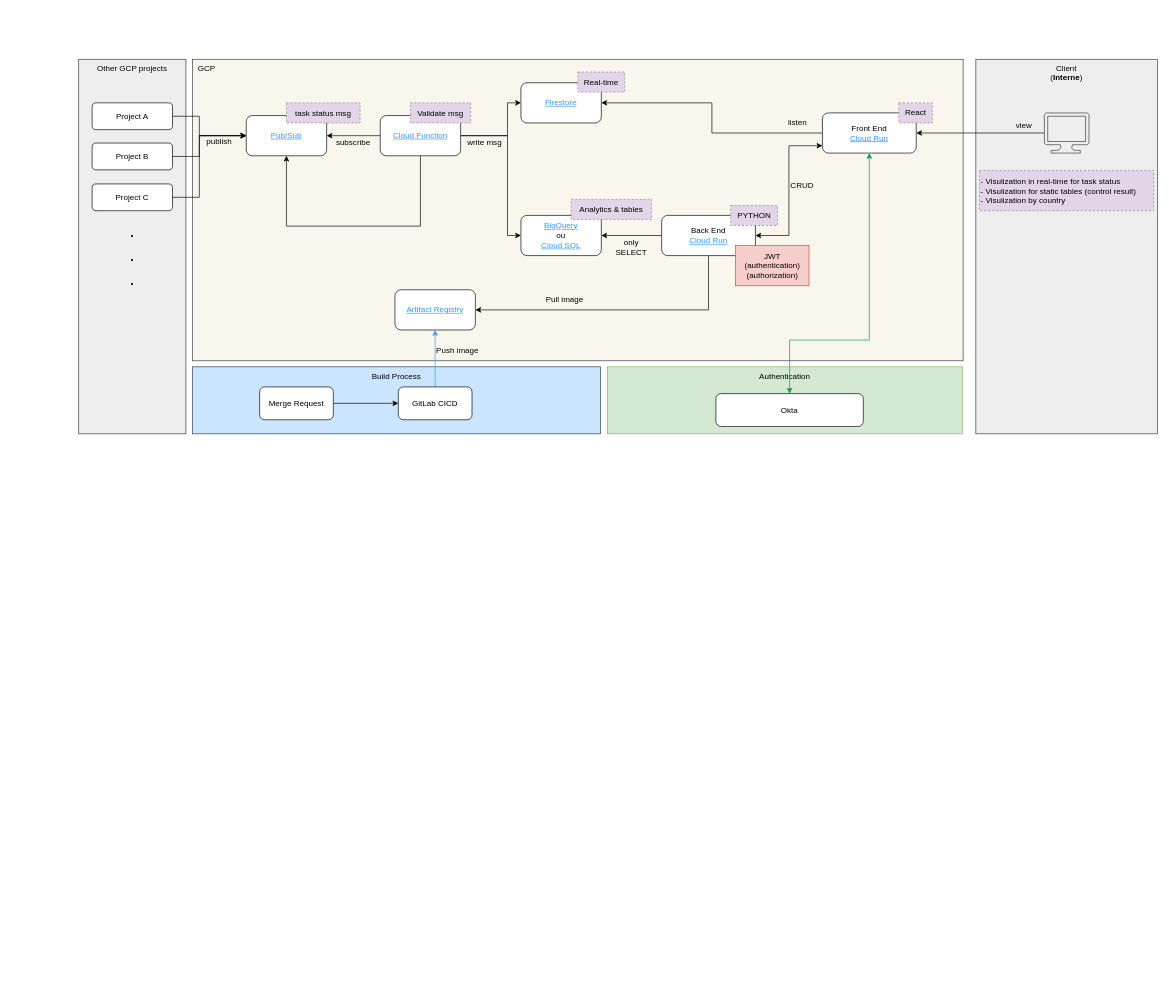
The draw.io diagram suivi_run.drawio in wunyu/drawio, before the edit. Source tidied: cells renumbered, new cells numbered last; positions are measured from the earlier drawing's top-left corner, leaving out a move shared by most shapes. Both pictures are drawn from the tidied source at 67%, with x=0, y=0 at pixel (78, 59).
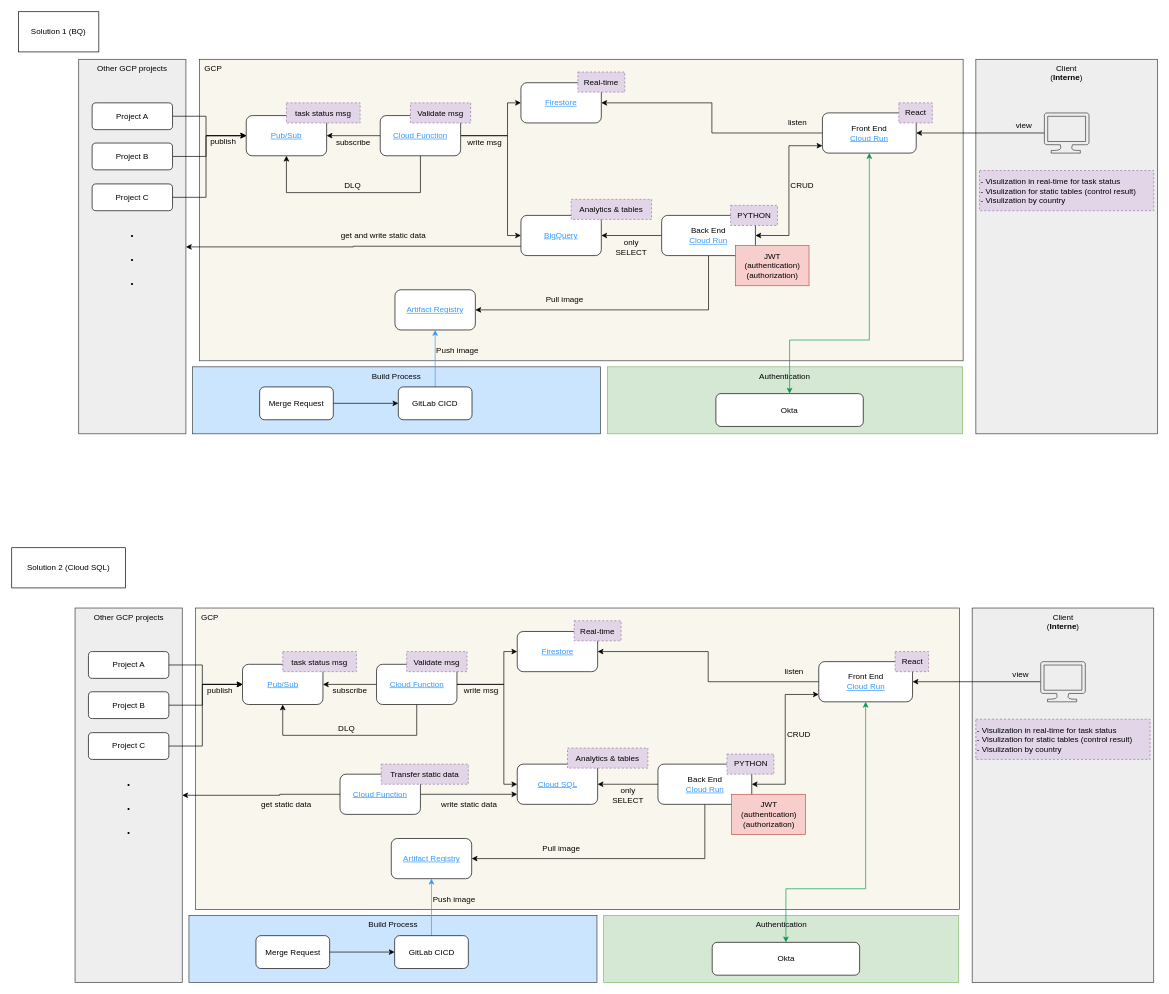
The same diagram, later.

Unchanged cells that the change refers to:
```xml
<mxCell id="4" value="Other GCP projects" style="whiteSpace=wrap;html=1;verticalAlign=top;fillColor=#eeeeee;strokeColor=#36393d;" parent="1" vertex="1">
  <mxGeometry width="160" height="559" as="geometry" />
</mxCell>
<mxCell id="14" value="&lt;font style=&quot;color: rgb(51, 153, 255);&quot;&gt;&lt;u&gt;Pub/Sub&lt;br&gt;&lt;/u&gt;&lt;/font&gt;" style="rounded=1;whiteSpace=wrap;html=1;" parent="1" vertex="1">
  <mxGeometry x="250" y="84" width="120" height="60" as="geometry" />
</mxCell>
<mxCell id="31" value="&lt;font color=&quot;#3399ff&quot;&gt;&lt;u&gt;Cloud Function&lt;/u&gt;&lt;/font&gt;" style="rounded=1;whiteSpace=wrap;html=1;" parent="1" vertex="1">
  <mxGeometry x="450" y="84" width="120" height="60" as="geometry" />
</mxCell>
<mxCell id="36" value="&lt;div&gt;Project A&lt;/div&gt;" style="rounded=1;whiteSpace=wrap;html=1;" parent="1" vertex="1">
  <mxGeometry x="20" y="65" width="120" height="40" as="geometry" />
</mxCell>
<mxCell id="38" value="&lt;div&gt;Project B&lt;/div&gt;" style="rounded=1;whiteSpace=wrap;html=1;" parent="1" vertex="1">
  <mxGeometry x="20" y="125" width="120" height="40" as="geometry" />
</mxCell>
<mxCell id="40" value="&lt;div&gt;Project C&lt;/div&gt;" style="rounded=1;whiteSpace=wrap;html=1;" parent="1" vertex="1">
  <mxGeometry x="20" y="186" width="120" height="40" as="geometry" />
</mxCell>
```

The edit, as a diff of the source:
```diff
@@
     <mxCell id="3" value="GCP" style="whiteSpace=wrap;html=1;verticalAlign=top;fillColor=#f9f7ed;strokeColor=#36393d;align=left;spacingLeft=6;" parent="1" vertex="1">
-      <mxGeometry x="170" width="1150" height="450" as="geometry" />
+      <mxGeometry x="180" width="1140" height="450" as="geometry" />
     </mxCell>
@@
+    <mxCell id="56" style="edgeStyle=orthogonalEdgeStyle;rounded=0;jettySize=auto;html=1;" parent="1" edge="1" source="12" target="4">
+      <mxGeometry relative="1" as="geometry">
+        <Array as="points">
+          <mxPoint x="410" y="279" />
+          <mxPoint x="410" y="280" />
+        </Array>
+      </mxGeometry>
+    </mxCell>
-    <mxCell id="12" value="&lt;font style=&quot;color: rgb(51, 153, 255);&quot;&gt;&lt;u&gt;BigQuery&lt;/u&gt;&lt;/font&gt;&lt;div&gt;ou&lt;/div&gt;&lt;div&gt;&lt;font color=&quot;#3399ff&quot;&gt;&lt;u&gt;Cloud SQL&lt;/u&gt;&lt;/font&gt;&lt;/div&gt;" style="rounded=1;whiteSpace=wrap;html=1;" parent="1" vertex="1">
+    <mxCell id="12" value="&lt;font style=&quot;color: rgb(51, 153, 255);&quot;&gt;&lt;u&gt;BigQuery&lt;/u&gt;&lt;/font&gt;" style="rounded=1;whiteSpace=wrap;html=1;" parent="1" vertex="1">
       <mxGeometry x="660" y="233" width="120" height="60" as="geometry" />
     </mxCell>
@@
     <mxCell id="28" style="edgeStyle=orthogonalEdgeStyle;rounded=0;jettySize=auto;html=1;entryX=0.5;entryY=1;entryDx=0;entryDy=0;" parent="1" edge="1" source="31" target="14">
       <mxGeometry relative="1" as="geometry">
         <Array as="points">
-          <mxPoint x="510" y="249" />
-          <mxPoint x="310" y="249" />
+          <mxPoint x="510" y="199" />
+          <mxPoint x="310" y="199" />
         </Array>
       </mxGeometry>
     </mxCell>
@@
     <mxCell id="35" style="edgeStyle=orthogonalEdgeStyle;rounded=0;jettySize=auto;html=1;" parent="1" edge="1" source="36" target="14">
       <mxGeometry relative="1" as="geometry">
         <Array as="points">
-          <mxPoint x="180" y="85" />
-          <mxPoint x="180" y="114" />
+          <mxPoint x="190" y="85" />
+          <mxPoint x="190" y="114" />
         </Array>
       </mxGeometry>
     </mxCell>
@@
     <mxCell id="37" style="edgeStyle=orthogonalEdgeStyle;rounded=0;jettySize=auto;html=1;" parent="1" edge="1" source="38" target="14">
       <mxGeometry relative="1" as="geometry">
         <Array as="points">
-          <mxPoint x="180" y="145" />
-          <mxPoint x="180" y="114" />
+          <mxPoint x="190" y="145" />
+          <mxPoint x="190" y="114" />
         </Array>
       </mxGeometry>
     </mxCell>
@@
     <mxCell id="39" style="edgeStyle=orthogonalEdgeStyle;rounded=0;jettySize=auto;html=1;entryX=0;entryY=0.5;entryDx=0;entryDy=0;" parent="1" edge="1" source="40" target="14">
       <mxGeometry relative="1" as="geometry">
         <Array as="points">
-          <mxPoint x="180" y="206" />
-          <mxPoint x="180" y="114" />
+          <mxPoint x="190" y="206" />
+          <mxPoint x="190" y="114" />
         </Array>
       </mxGeometry>
     </mxCell>
@@
     <mxCell id="51" value="publish" style="text;html=1;whiteSpace=wrap;strokeColor=none;fillColor=none;align=center;verticalAlign=middle;rounded=0;" parent="1" vertex="1">
-      <mxGeometry x="180" y="108" width="60" height="30" as="geometry" />
+      <mxGeometry x="186" y="108" width="60" height="30" as="geometry" />
     </mxCell>
@@
+    <mxCell id="57" value="get and write static data" style="text;html=1;whiteSpace=wrap;strokeColor=none;fillColor=none;align=center;verticalAlign=middle;rounded=0;" parent="1" vertex="1">
+      <mxGeometry x="380" y="248" width="150" height="30" as="geometry" />
+    </mxCell>
+    <mxCell id="58" value="Authentication" style="whiteSpace=wrap;html=1;verticalAlign=top;fillColor=#d5e8d4;strokeColor=#82b366;" parent="1" vertex="1">
+      <mxGeometry x="783.5" y="1278" width="530" height="100" as="geometry" />
+    </mxCell>
+    <mxCell id="59" value="GCP" style="whiteSpace=wrap;html=1;verticalAlign=top;fillColor=#f9f7ed;strokeColor=#36393d;align=left;spacingLeft=6;" parent="1" vertex="1">
+      <mxGeometry x="174.5" y="819" width="1140" height="450" as="geometry" />
+    </mxCell>
+    <mxCell id="60" value="Other GCP projects" style="whiteSpace=wrap;html=1;verticalAlign=top;fillColor=#eeeeee;strokeColor=#36393d;" parent="1" vertex="1">
+      <mxGeometry x="-5.5" y="819" width="160" height="559" as="geometry" />
+    </mxCell>
+    <mxCell id="61" style="edgeStyle=orthogonalEdgeStyle;rounded=0;jettySize=auto;html=1;entryX=1;entryY=0.5;entryDx=0;entryDy=0;" parent="1" edge="1" source="62" target="82">
+      <mxGeometry relative="1" as="geometry" />
+    </mxCell>
+    <mxCell id="62" value="Front End&lt;div&gt;&lt;font style=&quot;color: rgb(51, 153, 255);&quot;&gt;&lt;u&gt;Cloud Run&lt;/u&gt;&lt;/font&gt;&lt;/div&gt;" style="rounded=1;whiteSpace=wrap;html=1;" parent="1" vertex="1">
+      <mxGeometry x="1104.5" y="899" width="140" height="60" as="geometry" />
+    </mxCell>
+    <mxCell id="63" style="edgeStyle=orthogonalEdgeStyle;rounded=0;jettySize=auto;html=1;startArrow=classic;startFill=1;strokeColor=#00994D;exitX=0.5;exitY=1;exitDx=0;exitDy=0;" parent="1" edge="1" source="62" target="69">
+      <mxGeometry relative="1" as="geometry">
+        <Array as="points">
+          <mxPoint x="1174.5" y="1238" />
+          <mxPoint x="1055.5" y="1238" />
+        </Array>
+      </mxGeometry>
+    </mxCell>
+    <mxCell id="64" style="edgeStyle=orthogonalEdgeStyle;rounded=0;jettySize=auto;html=1;startArrow=classic;startFill=1;" parent="1" edge="1" source="67" target="62">
+      <mxGeometry relative="1" as="geometry">
+        <Array as="points">
+          <mxPoint x="1054.5" y="1082" />
+          <mxPoint x="1054.5" y="948" />
+        </Array>
+      </mxGeometry>
+    </mxCell>
+    <mxCell id="65" style="edgeStyle=orthogonalEdgeStyle;rounded=0;jettySize=auto;html=1;" parent="1" edge="1" source="67" target="68">
+      <mxGeometry relative="1" as="geometry" />
+    </mxCell>
+    <mxCell id="66" style="edgeStyle=orthogonalEdgeStyle;rounded=0;jettySize=auto;html=1;entryX=1;entryY=0.5;entryDx=0;entryDy=0;" parent="1" edge="1" source="67" target="74">
+      <mxGeometry relative="1" as="geometry">
+        <Array as="points">
+          <mxPoint x="934.5" y="1193" />
+        </Array>
+      </mxGeometry>
+    </mxCell>
+    <mxCell id="67" value="Back End&lt;div&gt;&lt;font style=&quot;color: rgb(51, 153, 255);&quot;&gt;&lt;u&gt;Cloud Run&lt;/u&gt;&lt;/font&gt;&lt;/div&gt;" style="rounded=1;whiteSpace=wrap;html=1;" parent="1" vertex="1">
+      <mxGeometry x="864.5" y="1052" width="140" height="60" as="geometry" />
+    </mxCell>
+    <mxCell id="68" value="&lt;div&gt;&lt;font color=&quot;#3399ff&quot;&gt;&lt;u&gt;Cloud SQL&lt;/u&gt;&lt;/font&gt;&lt;/div&gt;" style="rounded=1;whiteSpace=wrap;html=1;" parent="1" vertex="1">
+      <mxGeometry x="654.5" y="1052" width="120" height="60" as="geometry" />
+    </mxCell>
+    <mxCell id="69" value="Okta" style="rounded=1;whiteSpace=wrap;html=1;" parent="1" vertex="1">
+      <mxGeometry x="945.5" y="1318" width="220" height="49" as="geometry" />
+    </mxCell>
+    <mxCell id="70" value="&lt;font style=&quot;color: rgb(51, 153, 255);&quot;&gt;&lt;u&gt;Pub/Sub&lt;br&gt;&lt;/u&gt;&lt;/font&gt;" style="rounded=1;whiteSpace=wrap;html=1;" parent="1" vertex="1">
+      <mxGeometry x="244.5" y="903" width="120" height="60" as="geometry" />
+    </mxCell>
+    <mxCell id="71" value="Build Process" style="whiteSpace=wrap;html=1;verticalAlign=top;fillColor=#cce5ff;strokeColor=#36393d;" parent="1" vertex="1">
+      <mxGeometry x="164.5" y="1278" width="609" height="100" as="geometry" />
+    </mxCell>
+    <mxCell id="72" style="edgeStyle=orthogonalEdgeStyle;rounded=0;jettySize=auto;html=1;entryX=0.5;entryY=1;entryDx=0;entryDy=0;strokeColor=#3399FF;" parent="1" edge="1" source="73" target="74">
+      <mxGeometry relative="1" as="geometry">
+        <Array as="points">
+          <mxPoint x="526.5" y="1238" />
+          <mxPoint x="526.5" y="1238" />
+        </Array>
+      </mxGeometry>
+    </mxCell>
+    <mxCell id="73" value="GitLab CICD" style="rounded=1;whiteSpace=wrap;html=1;" parent="1" vertex="1">
+      <mxGeometry x="471.5" y="1308" width="110" height="49" as="geometry" />
+    </mxCell>
+    <mxCell id="74" value="&lt;font style=&quot;color: rgb(51, 153, 255);&quot;&gt;&lt;u&gt;Artifact Registry&lt;/u&gt;&lt;/font&gt;" style="rounded=1;whiteSpace=wrap;html=1;" parent="1" vertex="1">
+      <mxGeometry x="466.5" y="1163" width="120" height="60" as="geometry" />
+    </mxCell>
+    <mxCell id="75" value="&lt;div style=&quot;text-wrap-mode: wrap;&quot;&gt;&lt;span style=&quot;background-color: transparent; color: light-dark(rgb(0, 0, 0), rgb(255, 255, 255));&quot;&gt;React&lt;/span&gt;&lt;/div&gt;" style="text;html=1;align=center;verticalAlign=middle;strokeColor=#9673a6;fillColor=#e1d5e7;dashed=1;" parent="1" vertex="1">
+      <mxGeometry x="1218.5" y="884" width="50" height="30" as="geometry" />
+    </mxCell>
+    <mxCell id="76" value="&lt;div style=&quot;text-wrap-mode: wrap;&quot;&gt;PYTHON&lt;/div&gt;" style="text;html=1;align=center;verticalAlign=middle;strokeColor=#9673a6;fillColor=#e1d5e7;dashed=1;" parent="1" vertex="1">
+      <mxGeometry x="967.5" y="1037" width="70" height="30" as="geometry" />
+    </mxCell>
+    <mxCell id="77" value="Pull image" style="text;html=1;align=center;verticalAlign=middle;strokeColor=none;fillColor=none;" parent="1" vertex="1">
+      <mxGeometry x="679.5" y="1163" width="80" height="30" as="geometry" />
+    </mxCell>
+    <mxCell id="78" value="Push image" style="text;html=1;align=center;verticalAlign=middle;strokeColor=none;fillColor=none;" parent="1" vertex="1">
+      <mxGeometry x="514.5" y="1239" width="90" height="30" as="geometry" />
+    </mxCell>
+    <mxCell id="79" style="edgeStyle=orthogonalEdgeStyle;rounded=0;jettySize=auto;html=1;" parent="1" edge="1" source="80" target="73">
+      <mxGeometry relative="1" as="geometry" />
+    </mxCell>
+    <mxCell id="80" value="Merge Request" style="rounded=1;whiteSpace=wrap;html=1;" parent="1" vertex="1">
+      <mxGeometry x="264.5" y="1308" width="110" height="49" as="geometry" />
+    </mxCell>
+    <mxCell id="81" value="JWT&lt;div&gt;(authentication)&lt;/div&gt;&lt;div&gt;(authorization)&lt;/div&gt;" style="text;html=1;align=center;verticalAlign=middle;strokeColor=#b85450;fillColor=#f8cecc;" parent="1" vertex="1">
+      <mxGeometry x="974.5" y="1097" width="110" height="60" as="geometry" />
+    </mxCell>
+    <mxCell id="82" value="&lt;font color=&quot;#3399ff&quot;&gt;&lt;u&gt;Firestore&lt;/u&gt;&lt;/font&gt;" style="rounded=1;whiteSpace=wrap;html=1;" parent="1" vertex="1">
+      <mxGeometry x="654.5" y="854" width="120" height="60" as="geometry" />
+    </mxCell>
+    <mxCell id="83" style="edgeStyle=orthogonalEdgeStyle;rounded=0;jettySize=auto;html=1;entryX=1;entryY=0.5;entryDx=0;entryDy=0;" parent="1" edge="1" source="87" target="70">
+      <mxGeometry relative="1" as="geometry" />
+    </mxCell>
+    <mxCell id="84" style="edgeStyle=orthogonalEdgeStyle;rounded=0;jettySize=auto;html=1;entryX=0.5;entryY=1;entryDx=0;entryDy=0;" parent="1" edge="1" source="87" target="70">
+      <mxGeometry relative="1" as="geometry">
+        <Array as="points">
+          <mxPoint x="504" y="1009" />
+          <mxPoint x="304" y="1009" />
+        </Array>
+      </mxGeometry>
+    </mxCell>
+    <mxCell id="85" style="edgeStyle=orthogonalEdgeStyle;rounded=0;jettySize=auto;html=1;" parent="1" edge="1" source="87" target="82">
+      <mxGeometry relative="1" as="geometry">
+        <Array as="points">
+          <mxPoint x="634.5" y="933" />
+          <mxPoint x="634.5" y="884" />
+        </Array>
+      </mxGeometry>
+    </mxCell>
+    <mxCell id="86" style="edgeStyle=orthogonalEdgeStyle;rounded=0;jettySize=auto;html=1;entryX=0;entryY=0.5;entryDx=0;entryDy=0;" parent="1" edge="1" source="87" target="68">
+      <mxGeometry relative="1" as="geometry">
+        <Array as="points">
+          <mxPoint x="634.5" y="933" />
+          <mxPoint x="634.5" y="1082" />
+        </Array>
+      </mxGeometry>
+    </mxCell>
+    <mxCell id="87" value="&lt;font color=&quot;#3399ff&quot;&gt;&lt;u&gt;Cloud Function&lt;/u&gt;&lt;/font&gt;" style="rounded=1;whiteSpace=wrap;html=1;" parent="1" vertex="1">
+      <mxGeometry x="444.5" y="903" width="120" height="60" as="geometry" />
+    </mxCell>
+    <mxCell id="88" value="Client&lt;br&gt;(&lt;b&gt;Interne&lt;/b&gt;)" style="whiteSpace=wrap;html=1;verticalAlign=top;fillColor=#eeeeee;strokeColor=#36393d;" parent="1" vertex="1">
+      <mxGeometry x="1333.5" y="819" width="271" height="559" as="geometry" />
+    </mxCell>
+    <mxCell id="89" style="edgeStyle=orthogonalEdgeStyle;rounded=0;jettySize=auto;html=1;" parent="1" edge="1" source="90" target="62">
+      <mxGeometry relative="1" as="geometry" />
+    </mxCell>
+    <mxCell id="90" style="verticalLabelPosition=bottom;html=1;verticalAlign=top;align=center;strokeColor=#36393d;fillColor=#eeeeee;shape=mxgraph.azure.computer;" parent="1" vertex="1">
+      <mxGeometry x="1435.7" y="899" width="66.7" height="60" as="geometry" />
+    </mxCell>
+    <mxCell id="91" style="edgeStyle=orthogonalEdgeStyle;rounded=0;jettySize=auto;html=1;" parent="1" edge="1" source="92" target="70">
+      <mxGeometry relative="1" as="geometry">
+        <Array as="points">
+          <mxPoint x="184.5" y="904" />
+          <mxPoint x="184.5" y="933" />
+        </Array>
+      </mxGeometry>
+    </mxCell>
+    <mxCell id="92" value="&lt;div&gt;Project A&lt;/div&gt;" style="rounded=1;whiteSpace=wrap;html=1;" parent="1" vertex="1">
+      <mxGeometry x="14.5" y="884" width="120" height="40" as="geometry" />
+    </mxCell>
+    <mxCell id="93" style="edgeStyle=orthogonalEdgeStyle;rounded=0;jettySize=auto;html=1;" parent="1" edge="1" source="94" target="70">
+      <mxGeometry relative="1" as="geometry">
+        <Array as="points">
+          <mxPoint x="184.5" y="964" />
+          <mxPoint x="184.5" y="933" />
+        </Array>
+      </mxGeometry>
+    </mxCell>
+    <mxCell id="94" value="&lt;div&gt;Project B&lt;/div&gt;" style="rounded=1;whiteSpace=wrap;html=1;" parent="1" vertex="1">
+      <mxGeometry x="14.5" y="944" width="120" height="40" as="geometry" />
+    </mxCell>
+    <mxCell id="95" style="edgeStyle=orthogonalEdgeStyle;rounded=0;jettySize=auto;html=1;entryX=0;entryY=0.5;entryDx=0;entryDy=0;" parent="1" edge="1" source="96" target="70">
+      <mxGeometry relative="1" as="geometry">
+        <Array as="points">
+          <mxPoint x="184.5" y="1025" />
+          <mxPoint x="184.5" y="933" />
+        </Array>
+      </mxGeometry>
+    </mxCell>
+    <mxCell id="96" value="&lt;div&gt;Project C&lt;/div&gt;" style="rounded=1;whiteSpace=wrap;html=1;" parent="1" vertex="1">
+      <mxGeometry x="14.5" y="1005" width="120" height="40" as="geometry" />
+    </mxCell>
+    <mxCell id="97" value="Real-time" style="text;align=center;verticalAlign=middle;strokeColor=#9673a6;fillColor=#e1d5e7;dashed=1;" parent="1" vertex="1">
+      <mxGeometry x="739.5" y="838" width="70" height="30" as="geometry" />
+    </mxCell>
+    <mxCell id="98" value="Analytics &amp; tables" style="text;align=center;verticalAlign=middle;strokeColor=#9673a6;fillColor=#e1d5e7;dashed=1;" parent="1" vertex="1">
+      <mxGeometry x="729.5" y="1028" width="120" height="30" as="geometry" />
+    </mxCell>
+    <mxCell id="99" value="subscribe" style="text;html=1;whiteSpace=wrap;strokeColor=none;fillColor=none;align=center;verticalAlign=middle;rounded=0;" parent="1" vertex="1">
+      <mxGeometry x="374.5" y="928" width="60" height="30" as="geometry" />
+    </mxCell>
+    <mxCell id="100" value="CRUD" style="text;html=1;whiteSpace=wrap;strokeColor=none;fillColor=none;align=center;verticalAlign=middle;rounded=0;" parent="1" vertex="1">
+      <mxGeometry x="1044.5" y="993" width="60" height="30" as="geometry" />
+    </mxCell>
+    <mxCell id="101" value="Validate msg" style="text;align=center;verticalAlign=middle;strokeColor=#9673a6;fillColor=#e1d5e7;dashed=1;" parent="1" vertex="1">
+      <mxGeometry x="489.5" y="884" width="90" height="30" as="geometry" />
+    </mxCell>
+    <mxCell id="102" value="only SELECT" style="text;html=1;whiteSpace=wrap;strokeColor=none;fillColor=none;align=center;verticalAlign=middle;rounded=0;" parent="1" vertex="1">
+      <mxGeometry x="789.5" y="1083.5" width="60" height="30" as="geometry" />
+    </mxCell>
+    <mxCell id="103" value="listen" style="text;html=1;whiteSpace=wrap;strokeColor=none;fillColor=none;align=center;verticalAlign=middle;rounded=0;" parent="1" vertex="1">
+      <mxGeometry x="1037.5" y="899" width="60" height="30" as="geometry" />
+    </mxCell>
+    <mxCell id="104" value="view" style="text;html=1;whiteSpace=wrap;strokeColor=none;fillColor=none;align=center;verticalAlign=middle;rounded=0;" parent="1" vertex="1">
+      <mxGeometry x="1375.7" y="903" width="60" height="30" as="geometry" />
+    </mxCell>
+    <mxCell id="105" value="- Visulization in real-time for task status&#10;- Visulization for static tables (control result)&#10;- Visulization by country" style="text;align=left;verticalAlign=middle;strokeColor=#9673a6;fillColor=#e1d5e7;dashed=1;" parent="1" vertex="1">
+      <mxGeometry x="1339" y="985" width="260" height="60" as="geometry" />
+    </mxCell>
+    <mxCell id="106" value="write msg" style="text;html=1;whiteSpace=wrap;strokeColor=none;fillColor=none;align=center;verticalAlign=middle;rounded=0;" parent="1" vertex="1">
+      <mxGeometry x="570.5" y="928" width="60" height="30" as="geometry" />
+    </mxCell>
+    <mxCell id="107" value="publish" style="text;html=1;whiteSpace=wrap;strokeColor=none;fillColor=none;align=center;verticalAlign=middle;rounded=0;" parent="1" vertex="1">
+      <mxGeometry x="180.5" y="927" width="60" height="30" as="geometry" />
+    </mxCell>
+    <mxCell id="108" value="task status msg" style="text;align=center;verticalAlign=middle;strokeColor=#9673a6;fillColor=#e1d5e7;dashed=1;" parent="1" vertex="1">
+      <mxGeometry x="304.5" y="884" width="110" height="30" as="geometry" />
+    </mxCell>
+    <mxCell id="109" value="." style="text;html=1;whiteSpace=wrap;strokeColor=none;fillColor=none;align=center;verticalAlign=middle;rounded=0;fontSize=27;" parent="1" vertex="1">
+      <mxGeometry x="44.5" y="1061" width="60" height="30" as="geometry" />
+    </mxCell>
+    <mxCell id="110" value="." style="text;html=1;whiteSpace=wrap;strokeColor=none;fillColor=none;align=center;verticalAlign=middle;rounded=0;fontSize=27;" parent="1" vertex="1">
+      <mxGeometry x="44.5" y="1097" width="60" height="30" as="geometry" />
+    </mxCell>
+    <mxCell id="111" value="." style="text;html=1;whiteSpace=wrap;strokeColor=none;fillColor=none;align=center;verticalAlign=middle;rounded=0;fontSize=27;" parent="1" vertex="1">
+      <mxGeometry x="44.5" y="1133" width="60" height="30" as="geometry" />
+    </mxCell>
+    <mxCell id="112" value="get static data" style="text;html=1;whiteSpace=wrap;strokeColor=none;fillColor=none;align=center;verticalAlign=middle;rounded=0;" parent="1" vertex="1">
+      <mxGeometry x="257.2" y="1097" width="105.5" height="30" as="geometry" />
+    </mxCell>
+    <mxCell id="113" value="Solution 1 (BQ)" style="whiteSpace=wrap;html=1;" parent="1" vertex="1">
+      <mxGeometry x="-90" y="-71" width="120" height="60" as="geometry" />
+    </mxCell>
+    <mxCell id="114" value="Solution 2 (Cloud SQL)" style="whiteSpace=wrap;html=1;" parent="1" vertex="1">
+      <mxGeometry x="-100" y="729" width="170" height="60" as="geometry" />
+    </mxCell>
+    <mxCell id="115" value="DLQ" style="text;html=1;whiteSpace=wrap;strokeColor=none;fillColor=none;align=center;verticalAlign=middle;rounded=0;" parent="1" vertex="1">
+      <mxGeometry x="370" y="984" width="60" height="30" as="geometry" />
+    </mxCell>
+    <mxCell id="116" value="DLQ" style="text;html=1;whiteSpace=wrap;strokeColor=none;fillColor=none;align=center;verticalAlign=middle;rounded=0;" parent="1" vertex="1">
+      <mxGeometry x="379" y="173" width="60" height="30" as="geometry" />
+    </mxCell>
+    <mxCell id="117" style="edgeStyle=orthogonalEdgeStyle;rounded=0;jettySize=auto;html=1;entryX=1;entryY=0.5;entryDx=0;entryDy=0;" parent="1" edge="1" source="119" target="60">
+      <mxGeometry relative="1" as="geometry">
+        <Array as="points">
+          <mxPoint x="300" y="1097" />
+          <mxPoint x="300" y="1099" />
+        </Array>
+      </mxGeometry>
+    </mxCell>
+    <mxCell id="118" style="edgeStyle=orthogonalEdgeStyle;rounded=0;jettySize=auto;html=1;entryX=0;entryY=0.75;entryDx=0;entryDy=0;" parent="1" edge="1" source="119" target="68">
+      <mxGeometry relative="1" as="geometry" />
+    </mxCell>
+    <mxCell id="119" value="&lt;font color=&quot;#3399ff&quot;&gt;&lt;u&gt;Cloud Function&lt;/u&gt;&lt;/font&gt;" style="rounded=1;whiteSpace=wrap;html=1;" parent="1" vertex="1">
+      <mxGeometry x="390" y="1067" width="120" height="60" as="geometry" />
+    </mxCell>
+    <mxCell id="120" value="Transfer static data" style="text;align=center;verticalAlign=middle;strokeColor=#9673a6;fillColor=#e1d5e7;dashed=1;" parent="1" vertex="1">
+      <mxGeometry x="451.5" y="1052" width="130" height="30" as="geometry" />
+    </mxCell>
+    <mxCell id="121" value="write static data" style="text;html=1;whiteSpace=wrap;strokeColor=none;fillColor=none;align=center;verticalAlign=middle;rounded=0;" parent="1" vertex="1">
+      <mxGeometry x="535" y="1097" width="95.5" height="30" as="geometry" />
+    </mxCell>
```
